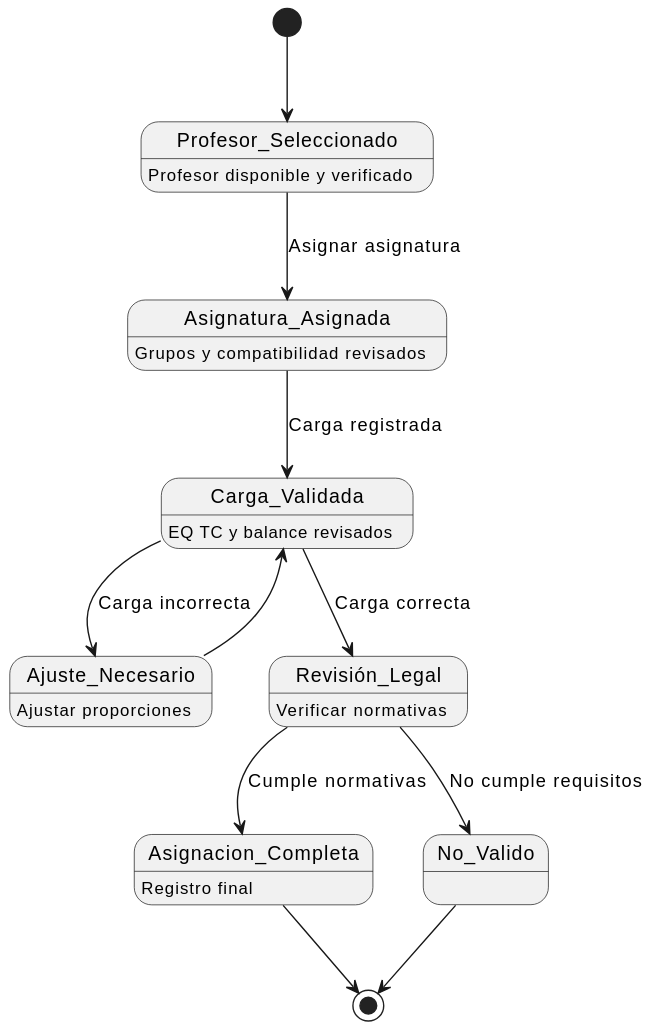
Above: images/modelosUML/MdD/diagramaDeEstados1.svg in mmasias/24-25-IdSw1-SDR (PlantUML), before the change.
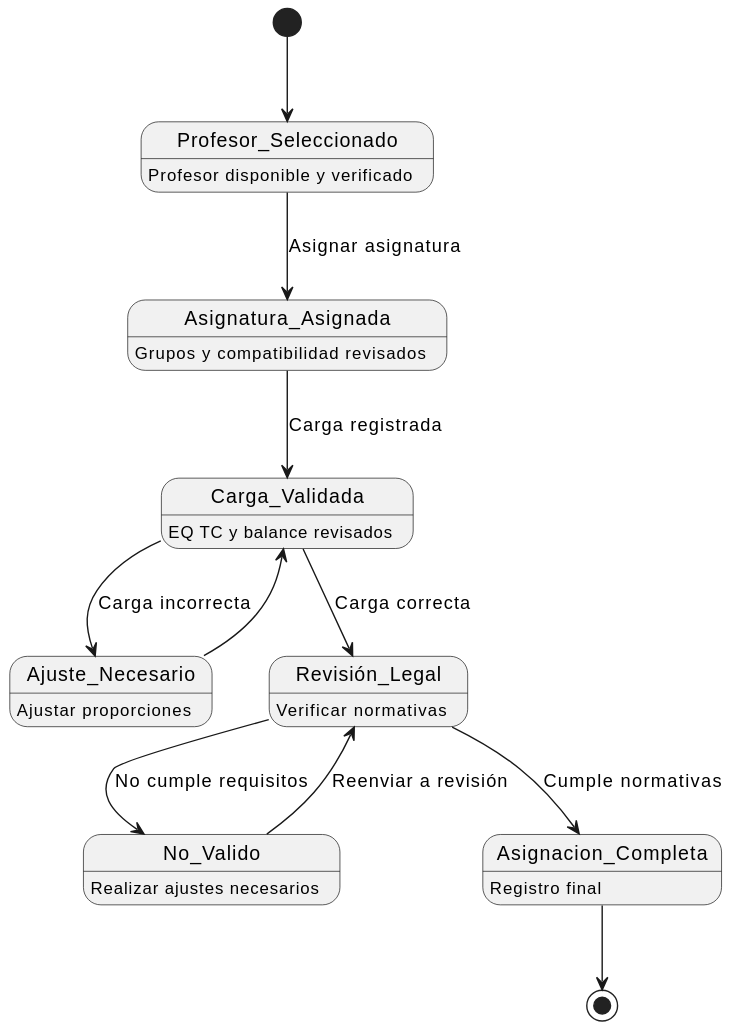
The same diagram one commit later.

Commit message:
Actualizar diagramas de estados: mejorar la estructura y formato de los estados y transiciones

Change to the diagram source:
```diff
@@ -2,41 +2,46 @@
 [*] --> Profesor_Seleccionado
 
 state Profesor_Seleccionado {
-    Profesor_Seleccionado : Profesor disponible y verificado
+    Profesor_Seleccionado: Profesor disponible y verificado
 }
 
-Profesor_Seleccionado --> Asignatura_Asignada : Asignar asignatura
+Profesor_Seleccionado --> Asignatura_Asignada: Asignar asignatura
 
 state Asignatura_Asignada {
-    Asignatura_Asignada : Grupos y compatibilidad revisados
+    Asignatura_Asignada: Grupos y compatibilidad revisados
 }
 
-Asignatura_Asignada --> Carga_Validada : Carga registrada
+Asignatura_Asignada --> Carga_Validada: Carga registrada
 
 state Carga_Validada {
-    Carga_Validada : EQ TC y balance revisados
+    Carga_Validada: EQ TC y balance revisados
 }
 
-Carga_Validada --> Ajuste_Necesario : Carga incorrecta
-Carga_Validada --> Revisión_Legal : Carga correcta
+Carga_Validada --> Ajuste_Necesario: Carga incorrecta
+Carga_Validada --> Revisión_Legal: Carga correcta
 
 state Ajuste_Necesario {
-    Ajuste_Necesario : Ajustar proporciones
+    Ajuste_Necesario: Ajustar proporciones
 }
 
 Ajuste_Necesario --> Carga_Validada
 
 state Revisión_Legal {
-    Revisión_Legal : Verificar normativas
+    Revisión_Legal: Verificar normativas
 }
 
-Revisión_Legal --> No_Valido : No cumple requisitos
-Revisión_Legal --> Asignacion_Completa : Cumple normativas
+Revisión_Legal --> No_Valido: No cumple requisitos
+Revisión_Legal --> Asignacion_Completa: Cumple normativas
+
+state No_Valido {
+    No_Valido: Realizar ajustes necesarios
+}
+
+No_Valido --> Revisión_Legal: Reenviar a revisión
 
 state Asignacion_Completa {
-    Asignacion_Completa : Registro final
+    Asignacion_Completa: Registro final
 }
 
 Asignacion_Completa --> [*]
-No_Valido --> [*]
 @enduml
```
